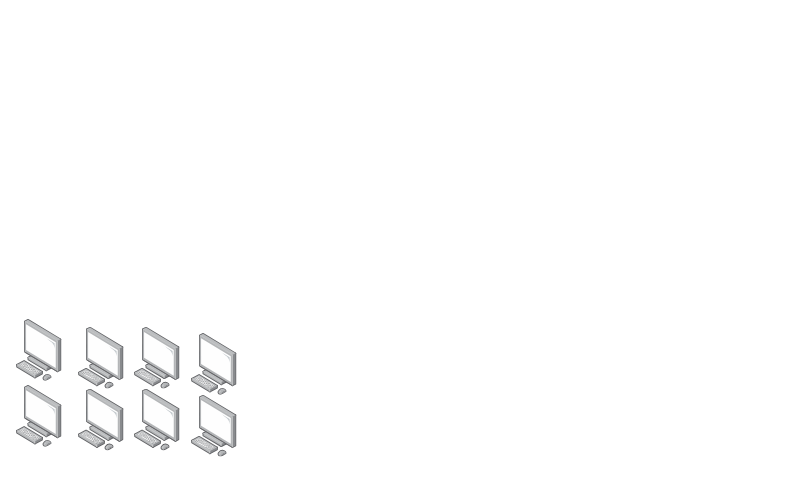
This is Logische Netzwerktopologie.drawio from meetSeb/Computer-Network, a draw.io file, before an edit. Source tidied: cells renumbered, new cells numbered last; positions are measured from the earlier drawing's top-left corner, leaving out a move shared by most shapes. Both pictures are drawn from the tidied source at 100%, with x=0, y=0 at pixel (16, 319).
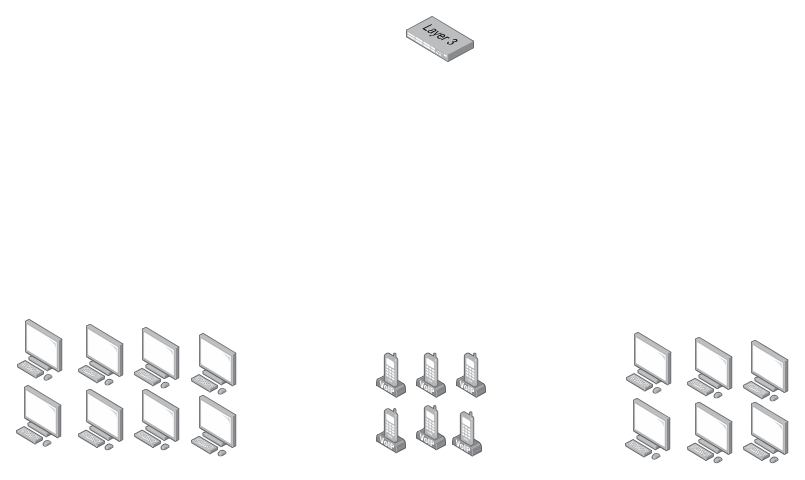
The same diagram, later.

The edit, as a diff of the source:
```diff
@@
+    <mxCell id="10" style="group;" parent="1" vertex="1">
+      <mxGeometry x="609" y="13" width="163.6" height="131.4" as="geometry" />
+    </mxCell>
+    <mxCell id="11" style="image;html=1;align=center;shadow=0;dashed=0;image=img/lib/allied_telesis/computer_and_terminals/Personal_Computer.svg;" parent="10" vertex="1">
+      <mxGeometry y="66" width="45.6" height="61.8" as="geometry" />
+    </mxCell>
+    <mxCell id="12" style="image;html=1;align=center;shadow=0;dashed=0;image=img/lib/allied_telesis/computer_and_terminals/Personal_Computer.svg;" parent="10" vertex="1">
+      <mxGeometry x="118" y="7.8" width="45.6" height="61.8" as="geometry" />
+    </mxCell>
+    <mxCell id="13" style="image;html=1;align=center;shadow=0;dashed=0;image=img/lib/allied_telesis/computer_and_terminals/Personal_Computer.svg;" parent="10" vertex="1">
+      <mxGeometry x="62" y="4.8" width="45.6" height="61.8" as="geometry" />
+    </mxCell>
+    <mxCell id="14" style="image;html=1;align=center;shadow=0;dashed=0;image=img/lib/allied_telesis/computer_and_terminals/Personal_Computer.svg;" parent="10" vertex="1">
+      <mxGeometry x="1" width="45.6" height="61.8" as="geometry" />
+    </mxCell>
+    <mxCell id="15" style="image;html=1;align=center;shadow=0;dashed=0;image=img/lib/allied_telesis/computer_and_terminals/Personal_Computer.svg;" parent="10" vertex="1">
+      <mxGeometry x="118" y="69.6" width="45.6" height="61.8" as="geometry" />
+    </mxCell>
+    <mxCell id="16" style="image;html=1;align=center;shadow=0;dashed=0;image=img/lib/allied_telesis/computer_and_terminals/Personal_Computer.svg;" parent="10" vertex="1">
+      <mxGeometry x="62" y="69.6" width="45.6" height="61.8" as="geometry" />
+    </mxCell>
+    <mxCell id="17" style="group;" parent="1" vertex="1">
+      <mxGeometry width="220.6" height="137.6" as="geometry" />
+    </mxCell>
-    <mxCell id="2" style="image;html=1;align=center;shadow=0;dashed=0;image=img/lib/allied_telesis/computer_and_terminals/Personal_Computer.svg;" parent="1" vertex="1">
+    <mxCell id="2" style="image;html=1;align=center;shadow=0;dashed=0;image=img/lib/allied_telesis/computer_and_terminals/Personal_Computer.svg;" parent="17" vertex="1">
       <mxGeometry y="66" width="45.6" height="61.8" as="geometry" />
     </mxCell>
-    <mxCell id="3" style="image;html=1;align=center;shadow=0;dashed=0;image=img/lib/allied_telesis/computer_and_terminals/Personal_Computer.svg;" parent="1" vertex="1">
+    <mxCell id="3" style="image;html=1;align=center;shadow=0;dashed=0;image=img/lib/allied_telesis/computer_and_terminals/Personal_Computer.svg;" parent="17" vertex="1">
       <mxGeometry x="175" y="14" width="45.6" height="61.8" as="geometry" />
     </mxCell>
-    <mxCell id="4" style="image;html=1;align=center;shadow=0;dashed=0;image=img/lib/allied_telesis/computer_and_terminals/Personal_Computer.svg;" parent="1" vertex="1">
+    <mxCell id="4" style="image;html=1;align=center;shadow=0;dashed=0;image=img/lib/allied_telesis/computer_and_terminals/Personal_Computer.svg;" parent="17" vertex="1">
       <mxGeometry x="118" y="7.8" width="45.6" height="61.8" as="geometry" />
     </mxCell>
-    <mxCell id="5" style="image;html=1;align=center;shadow=0;dashed=0;image=img/lib/allied_telesis/computer_and_terminals/Personal_Computer.svg;" parent="1" vertex="1">
-      <mxGeometry x="62" y="7.8" width="45.6" height="61.8" as="geometry" />
+    <mxCell id="5" style="image;html=1;align=center;shadow=0;dashed=0;image=img/lib/allied_telesis/computer_and_terminals/Personal_Computer.svg;" parent="17" vertex="1">
+      <mxGeometry x="62" y="4.8" width="45.6" height="61.8" as="geometry" />
     </mxCell>
-    <mxCell id="6" style="image;html=1;align=center;shadow=0;dashed=0;image=img/lib/allied_telesis/computer_and_terminals/Personal_Computer.svg;" parent="1" vertex="1">
-      <mxGeometry width="45.6" height="61.8" as="geometry" />
+    <mxCell id="6" style="image;html=1;align=center;shadow=0;dashed=0;image=img/lib/allied_telesis/computer_and_terminals/Personal_Computer.svg;" parent="17" vertex="1">
+      <mxGeometry x="1" width="45.6" height="61.8" as="geometry" />
     </mxCell>
-    <mxCell id="7" style="image;html=1;align=center;shadow=0;dashed=0;image=img/lib/allied_telesis/computer_and_terminals/Personal_Computer.svg;" parent="1" vertex="1">
+    <mxCell id="7" style="image;html=1;align=center;shadow=0;dashed=0;image=img/lib/allied_telesis/computer_and_terminals/Personal_Computer.svg;" parent="17" vertex="1">
       <mxGeometry x="118" y="69.6" width="45.6" height="61.8" as="geometry" />
     </mxCell>
-    <mxCell id="8" style="image;html=1;align=center;shadow=0;dashed=0;image=img/lib/allied_telesis/computer_and_terminals/Personal_Computer.svg;" parent="1" vertex="1">
+    <mxCell id="8" style="image;html=1;align=center;shadow=0;dashed=0;image=img/lib/allied_telesis/computer_and_terminals/Personal_Computer.svg;" parent="17" vertex="1">
       <mxGeometry x="62" y="69.6" width="45.6" height="61.8" as="geometry" />
     </mxCell>
-    <mxCell id="9" style="image;html=1;align=center;shadow=0;dashed=0;image=img/lib/allied_telesis/computer_and_terminals/Personal_Computer.svg;" parent="1" vertex="1">
+    <mxCell id="9" style="image;html=1;align=center;shadow=0;dashed=0;image=img/lib/allied_telesis/computer_and_terminals/Personal_Computer.svg;" parent="17" vertex="1">
       <mxGeometry x="175" y="75.8" width="45.6" height="61.8" as="geometry" />
     </mxCell>
+    <mxCell id="18" style="group;" parent="1" vertex="1">
+      <mxGeometry x="360" y="33.2" width="110" height="104.4" as="geometry" />
+    </mxCell>
+    <mxCell id="19" style="image;html=1;align=center;shadow=0;dashed=0;image=img/lib/allied_telesis/computer_and_terminals/VOIP_IP_phone.svg;" parent="18" vertex="1">
+      <mxGeometry x="40" y="52.6" width="30" height="45.6" as="geometry" />
+    </mxCell>
+    <mxCell id="20" style="group;" parent="18" vertex="1">
+      <mxGeometry width="110" height="104.4" as="geometry" />
+    </mxCell>
+    <mxCell id="21" style="image;html=1;align=center;shadow=0;dashed=0;image=img/lib/allied_telesis/computer_and_terminals/VOIP_IP_phone.svg;" parent="20" vertex="1">
+      <mxGeometry x="80" width="30" height="45.6" as="geometry" />
+    </mxCell>
+    <mxCell id="22" style="image;html=1;align=center;shadow=0;dashed=0;image=img/lib/allied_telesis/computer_and_terminals/VOIP_IP_phone.svg;" parent="20" vertex="1">
+      <mxGeometry x="76" y="58.8" width="30" height="45.6" as="geometry" />
+    </mxCell>
+    <mxCell id="23" style="image;html=1;align=center;shadow=0;dashed=0;image=img/lib/allied_telesis/computer_and_terminals/VOIP_IP_phone.svg;" parent="20" vertex="1">
+      <mxGeometry x="40" width="30" height="45.6" as="geometry" />
+    </mxCell>
+    <mxCell id="24" style="image;html=1;align=center;shadow=0;dashed=0;image=img/lib/allied_telesis/computer_and_terminals/VOIP_IP_phone.svg;" parent="20" vertex="1">
+      <mxGeometry y="55.6" width="30" height="45.6" as="geometry" />
+    </mxCell>
+    <mxCell id="25" style="image;html=1;align=center;shadow=0;dashed=0;image=img/lib/allied_telesis/computer_and_terminals/VOIP_IP_phone.svg;" parent="20" vertex="1">
+      <mxGeometry width="30" height="45.6" as="geometry" />
+    </mxCell>
+    <mxCell id="26" style="image;html=1;align=center;shadow=0;dashed=0;image=img/lib/allied_telesis/switch/Switch_52_port_L3.svg;" parent="1" vertex="1">
+      <mxGeometry x="390" y="-303" width="68" height="46" as="geometry" />
+    </mxCell>
```
